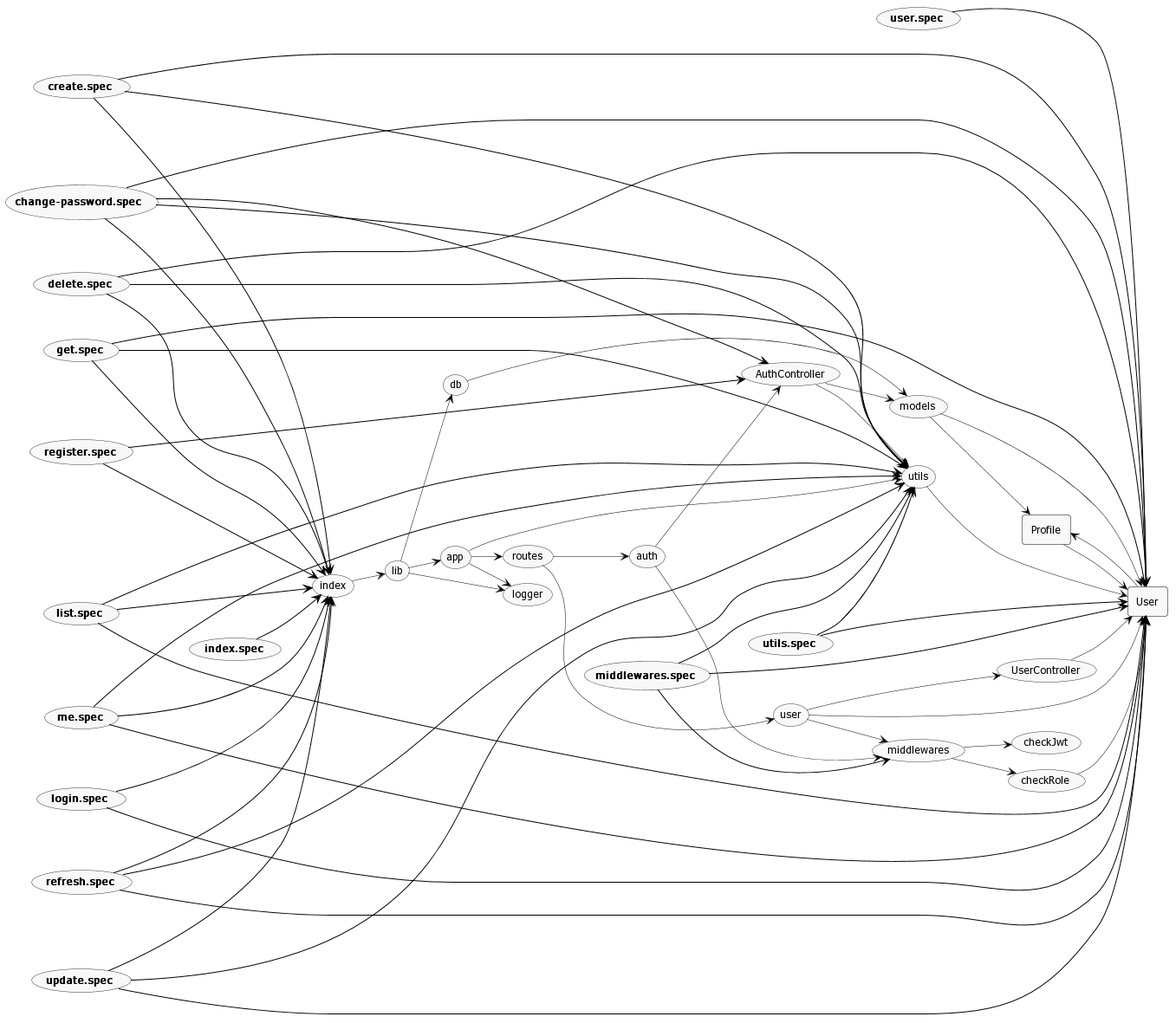
The PlantUML diagram docs/dependencies.png in ezrasingh/prod-typescript-account-service, before a commit. The source it was exported from:
```plantuml
@startuml

scale max 1920 width
left to right direction

skinparam nodesep 18
skinparam ranksep 36
skinparam monochrome true
skinparam shadowing false
skinparam defaultFontName Tahoma
skinparam defaultFontSize 12
skinparam roundCorner 6
skinparam dpi 150
skinparam arrowColor black
skinparam arrowThickness 0.5
skinparam packageTitleAlignment left

skinparam usecase {
  borderThickness 0.5
}

skinparam rectangle {
  borderThickness 0.5
}

skinparam component {
  borderThickness 1
}


(app)
(auth)
(AuthController)
(<b>change-password.spec</b>)
(checkJwt)
(checkRole)
(<b>create.spec</b>)
(db)
(<b>delete.spec</b>)
(<b>get.spec</b>)
(index)
(<b>index.spec</b>)
(lib)
(<b>list.spec</b>)
(logger)
(<b>login.spec</b>)
(<b>me.spec</b>)
(middlewares)
(<b>middlewares.spec</b>)
(models)
rectangle "Profile" as _Profile
(<b>refresh.spec</b>)
(<b>register.spec</b>)
(routes)
(<b>update.spec</b>)
(user)
rectangle "User" as _User
(<b>user.spec</b>)
(UserController)
(utils)
(<b>utils.spec</b>)


(app) --> (logger)
(app) --> (routes)
(app) --> (utils)
(auth) --> (AuthController)
(auth) --> (middlewares)
(AuthController) --> (models)
(AuthController) --> (utils)
(<b>change-password.spec</b>) ----[thickness=1]> (AuthController)
(<b>change-password.spec</b>) ---[thickness=1]> (index)
(<b>change-password.spec</b>) ----[thickness=1]> _User
(<b>change-password.spec</b>) ---[thickness=1]> (utils)
(checkRole) --> _User
(<b>create.spec</b>) ---[thickness=1]> (index)
(<b>create.spec</b>) ----[thickness=1]> _User
(<b>create.spec</b>) ---[thickness=1]> (utils)
(db) --> (models)
(<b>delete.spec</b>) ---[thickness=1]> (index)
(<b>delete.spec</b>) ----[thickness=1]> _User
(<b>delete.spec</b>) ---[thickness=1]> (utils)
(<b>get.spec</b>) ---[thickness=1]> (index)
(<b>get.spec</b>) ----[thickness=1]> _User
(<b>get.spec</b>) ---[thickness=1]> (utils)
(index) --> (lib)
(<b>index.spec</b>) --[thickness=1]> (index)
(lib) --> (app)
(lib) --> (db)
(lib) --> (logger)
(<b>list.spec</b>) ---[thickness=1]> (index)
(<b>list.spec</b>) ----[thickness=1]> _User
(<b>list.spec</b>) ---[thickness=1]> (utils)
(<b>login.spec</b>) ---[thickness=1]> (index)
(<b>login.spec</b>) ----[thickness=1]> _User
(<b>me.spec</b>) ---[thickness=1]> (index)
(<b>me.spec</b>) ----[thickness=1]> _User
(<b>me.spec</b>) ---[thickness=1]> (utils)
(middlewares) --> (checkJwt)
(middlewares) --> (checkRole)
(<b>middlewares.spec</b>) ---[thickness=1]> (middlewares)
(<b>middlewares.spec</b>) ---[thickness=1]> _User
(<b>middlewares.spec</b>) --[thickness=1]> (utils)
(models) --> _Profile
(models) --> _User
_Profile --> _User
(<b>refresh.spec</b>) ---[thickness=1]> (index)
(<b>refresh.spec</b>) ----[thickness=1]> _User
(<b>refresh.spec</b>) ---[thickness=1]> (utils)
(<b>register.spec</b>) ----[thickness=1]> (AuthController)
(<b>register.spec</b>) ---[thickness=1]> (index)
(routes) --> (auth)
(routes) --> (user)
(<b>update.spec</b>) ---[thickness=1]> (index)
(<b>update.spec</b>) ----[thickness=1]> _User
(<b>update.spec</b>) ---[thickness=1]> (utils)
(user) --> (middlewares)
(user) --> _User
(user) --> (UserController)
_User --> _Profile
(<b>user.spec</b>) ---[thickness=1]> _User
(UserController) --> _User
(utils) --> _User
(<b>utils.spec</b>) ---[thickness=1]> _User
(<b>utils.spec</b>) --[thickness=1]> (utils)

@enduml
```
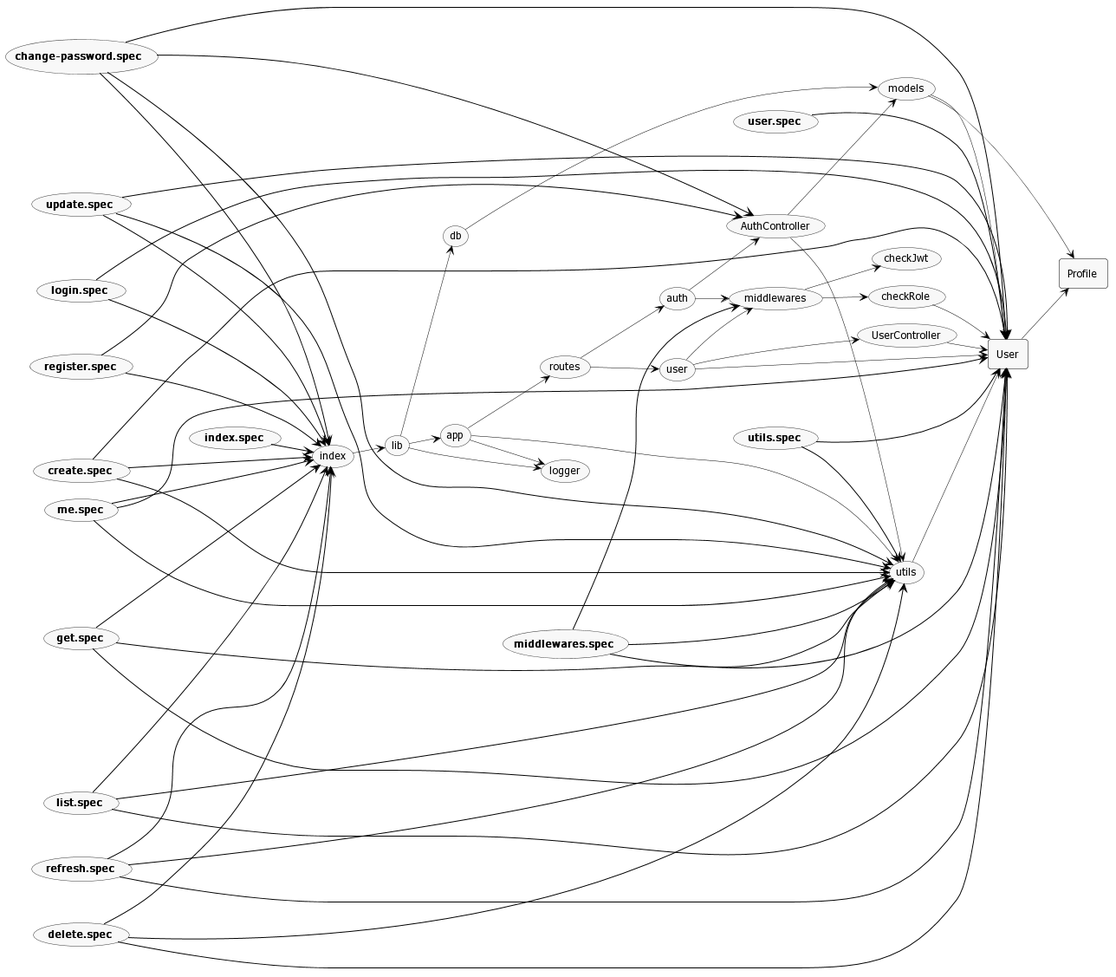
Above is the later version.

Commit message:
Commited dependency graph

The edit, as a diff of the source:
```diff
@@ -103,7 +103,6 @@
 (<b>middlewares.spec</b>) --[thickness=1]> (utils)
 (models) --> _Profile
 (models) --> _User
-_Profile --> _User
 (<b>refresh.spec</b>) ---[thickness=1]> (index)
 (<b>refresh.spec</b>) ----[thickness=1]> _User
 (<b>refresh.spec</b>) ---[thickness=1]> (utils)
```
